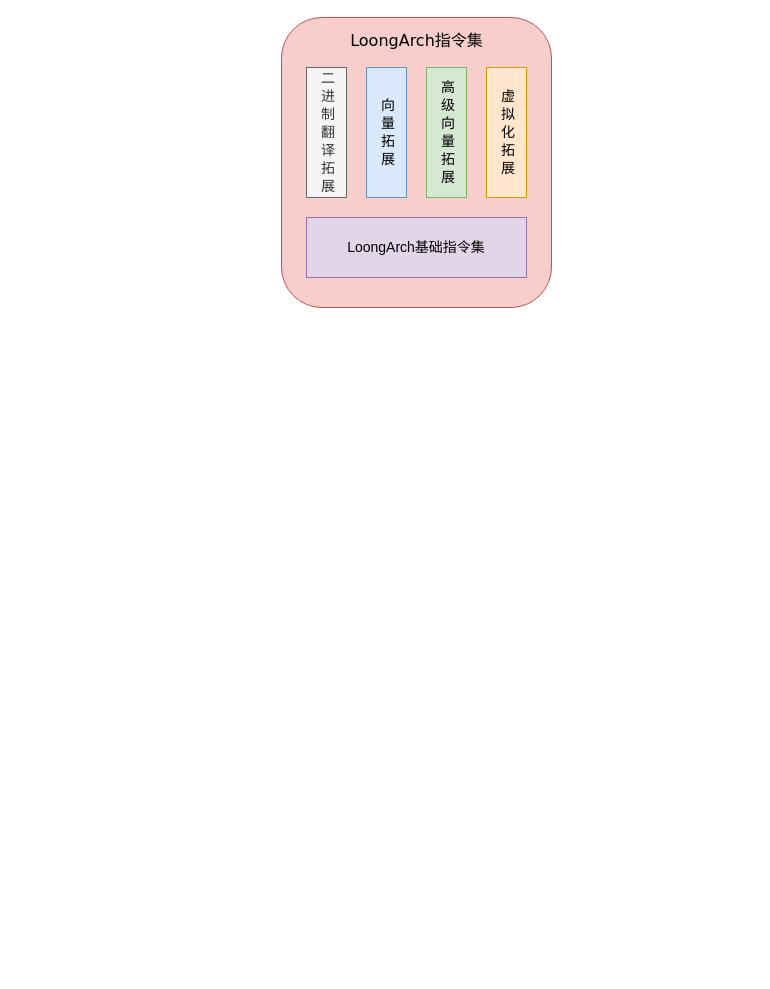
Above: LoongArch.drawio in f123888/Draw.IO (draw.io), before the change. Source tidied: cells renumbered, new cells numbered last; positions are measured from the earlier drawing's top-left corner, leaving out a move shared by most shapes. Both pictures are drawn from the tidied source at 100%, with x=0, y=0 at pixel (281, 17).
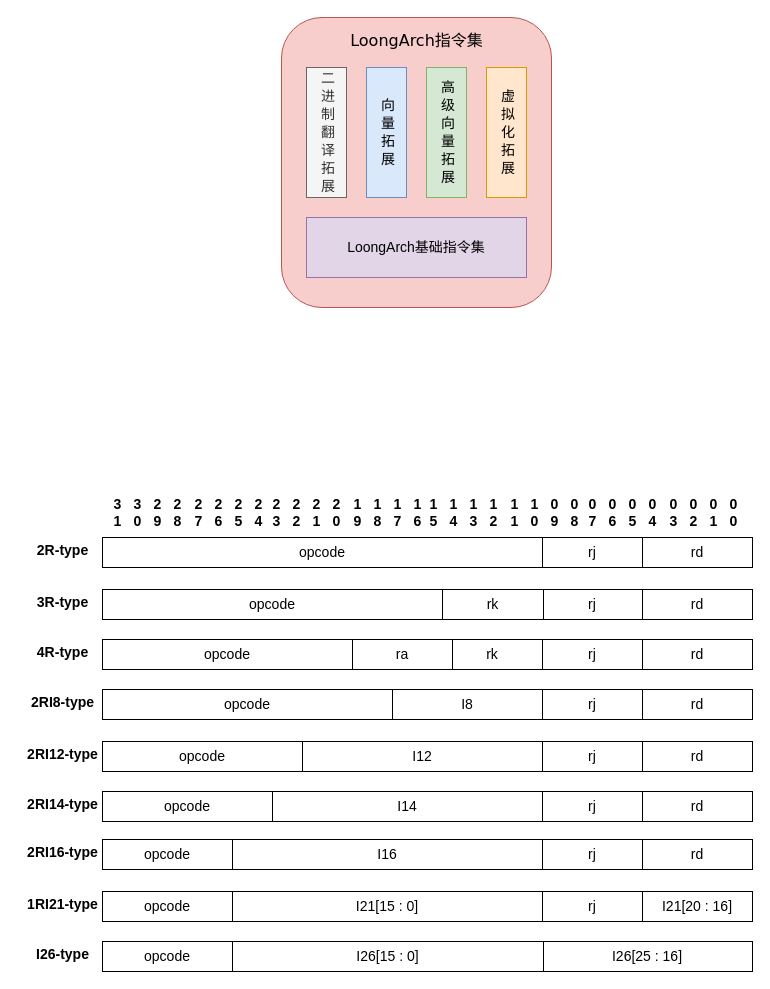
After the change.

The edit, as a diff of the source:
```diff
@@
+    <mxCell id="9" value="0&lt;div&gt;0&lt;/div&gt;" style="text;html=1;align=center;verticalAlign=middle;strokeColor=none;fillColor=none;fontStyle=1;fontSize=14;" parent="1" vertex="1">
+      <mxGeometry x="437" y="470" width="30" height="50" as="geometry" />
+    </mxCell>
+    <mxCell id="10" value="0&lt;div&gt;1&lt;/div&gt;" style="text;html=1;align=center;verticalAlign=middle;strokeColor=none;fillColor=none;fontStyle=1;fontSize=14;" parent="1" vertex="1">
+      <mxGeometry x="417" y="470" width="30" height="50" as="geometry" />
+    </mxCell>
+    <mxCell id="11" value="0&lt;div&gt;2&lt;/div&gt;" style="text;html=1;align=center;verticalAlign=middle;strokeColor=none;fillColor=none;fontStyle=1;fontSize=14;" parent="1" vertex="1">
+      <mxGeometry x="397" y="470" width="30" height="50" as="geometry" />
+    </mxCell>
+    <mxCell id="12" value="0&lt;div&gt;3&lt;/div&gt;" style="text;html=1;align=center;verticalAlign=middle;strokeColor=none;fillColor=none;fontStyle=1;fontSize=14;" parent="1" vertex="1">
+      <mxGeometry x="377" y="470" width="30" height="50" as="geometry" />
+    </mxCell>
+    <mxCell id="13" value="0&lt;div&gt;4&lt;/div&gt;" style="text;html=1;align=center;verticalAlign=middle;strokeColor=none;fillColor=none;fontStyle=1;fontSize=14;" parent="1" vertex="1">
+      <mxGeometry x="356" y="470" width="30" height="50" as="geometry" />
+    </mxCell>
+    <mxCell id="14" value="0&lt;div&gt;5&lt;/div&gt;" style="text;html=1;align=center;verticalAlign=middle;strokeColor=none;fillColor=none;fontStyle=1;fontSize=14;" parent="1" vertex="1">
+      <mxGeometry x="336" y="470" width="30" height="50" as="geometry" />
+    </mxCell>
+    <mxCell id="15" value="0&lt;div&gt;6&lt;/div&gt;" style="text;html=1;align=center;verticalAlign=middle;strokeColor=none;fillColor=none;fontStyle=1;fontSize=14;" parent="1" vertex="1">
+      <mxGeometry x="316" y="470" width="30" height="50" as="geometry" />
+    </mxCell>
+    <mxCell id="16" value="0&lt;div&gt;7&lt;/div&gt;" style="text;html=1;align=center;verticalAlign=middle;strokeColor=none;fillColor=none;fontStyle=1;fontSize=14;" parent="1" vertex="1">
+      <mxGeometry x="296" y="470" width="30" height="50" as="geometry" />
+    </mxCell>
+    <mxCell id="17" value="0&lt;div&gt;8&lt;/div&gt;" style="text;html=1;align=center;verticalAlign=middle;strokeColor=none;fillColor=none;fontStyle=1;fontSize=14;" parent="1" vertex="1">
+      <mxGeometry x="278" y="470" width="30" height="50" as="geometry" />
+    </mxCell>
+    <mxCell id="18" value="0&lt;div&gt;9&lt;/div&gt;" style="text;html=1;align=center;verticalAlign=middle;strokeColor=none;fillColor=none;fontStyle=1;fontSize=14;" parent="1" vertex="1">
+      <mxGeometry x="258" y="470" width="30" height="50" as="geometry" />
+    </mxCell>
+    <mxCell id="19" value="1&lt;br&gt;&lt;div&gt;0&lt;/div&gt;" style="text;html=1;align=center;verticalAlign=middle;strokeColor=none;fillColor=none;fontStyle=1;fontSize=14;" parent="1" vertex="1">
+      <mxGeometry x="238" y="470" width="30" height="50" as="geometry" />
+    </mxCell>
+    <mxCell id="20" value="1&lt;br&gt;&lt;div&gt;1&lt;/div&gt;" style="text;html=1;align=center;verticalAlign=middle;strokeColor=none;fillColor=none;fontStyle=1;fontSize=14;" parent="1" vertex="1">
+      <mxGeometry x="218" y="470" width="30" height="50" as="geometry" />
+    </mxCell>
+    <mxCell id="21" value="1&lt;br&gt;&lt;div&gt;2&lt;/div&gt;" style="text;html=1;align=center;verticalAlign=middle;strokeColor=none;fillColor=none;fontStyle=1;fontSize=14;" parent="1" vertex="1">
+      <mxGeometry x="197" y="470" width="30" height="50" as="geometry" />
+    </mxCell>
+    <mxCell id="22" value="1&lt;br&gt;&lt;div&gt;3&lt;/div&gt;" style="text;html=1;align=center;verticalAlign=middle;strokeColor=none;fillColor=none;fontStyle=1;fontSize=14;" parent="1" vertex="1">
+      <mxGeometry x="177" y="470" width="30" height="50" as="geometry" />
+    </mxCell>
+    <mxCell id="23" value="1&lt;br&gt;&lt;div&gt;4&lt;/div&gt;" style="text;html=1;align=center;verticalAlign=middle;strokeColor=none;fillColor=none;fontStyle=1;fontSize=14;" parent="1" vertex="1">
+      <mxGeometry x="157" y="470" width="30" height="50" as="geometry" />
+    </mxCell>
+    <mxCell id="24" value="1&lt;br&gt;&lt;div&gt;5&lt;/div&gt;" style="text;html=1;align=center;verticalAlign=middle;strokeColor=none;fillColor=none;fontStyle=1;fontSize=14;" parent="1" vertex="1">
+      <mxGeometry x="137" y="470" width="30" height="50" as="geometry" />
+    </mxCell>
+    <mxCell id="25" value="1&lt;br&gt;&lt;div&gt;6&lt;/div&gt;" style="text;html=1;align=center;verticalAlign=middle;strokeColor=none;fillColor=none;fontStyle=1;fontSize=14;" parent="1" vertex="1">
+      <mxGeometry x="121" y="470" width="30" height="50" as="geometry" />
+    </mxCell>
+    <mxCell id="26" value="1&lt;br&gt;&lt;div&gt;7&lt;/div&gt;" style="text;html=1;align=center;verticalAlign=middle;strokeColor=none;fillColor=none;fontStyle=1;fontSize=14;" parent="1" vertex="1">
+      <mxGeometry x="101" y="470" width="30" height="50" as="geometry" />
+    </mxCell>
+    <mxCell id="27" value="1&lt;br&gt;&lt;div&gt;8&lt;/div&gt;" style="text;html=1;align=center;verticalAlign=middle;strokeColor=none;fillColor=none;fontStyle=1;fontSize=14;" parent="1" vertex="1">
+      <mxGeometry x="81" y="470" width="30" height="50" as="geometry" />
+    </mxCell>
+    <mxCell id="28" value="&lt;div&gt;1&lt;/div&gt;&lt;div&gt;9&lt;/div&gt;" style="text;html=1;align=center;verticalAlign=middle;strokeColor=none;fillColor=none;fontStyle=1;fontSize=14;" parent="1" vertex="1">
+      <mxGeometry x="61" y="470" width="30" height="50" as="geometry" />
+    </mxCell>
+    <mxCell id="29" value="2&lt;br&gt;&lt;div&gt;0&lt;/div&gt;" style="text;html=1;align=center;verticalAlign=middle;strokeColor=none;fillColor=none;fontStyle=1;fontSize=14;" parent="1" vertex="1">
+      <mxGeometry x="40" y="470" width="30" height="50" as="geometry" />
+    </mxCell>
+    <mxCell id="30" value="2&lt;br&gt;&lt;div&gt;1&lt;/div&gt;" style="text;html=1;align=center;verticalAlign=middle;strokeColor=none;fillColor=none;fontStyle=1;fontSize=14;" parent="1" vertex="1">
+      <mxGeometry x="20" y="470" width="30" height="50" as="geometry" />
+    </mxCell>
+    <mxCell id="31" value="&lt;div&gt;2&lt;/div&gt;&lt;div&gt;2&lt;/div&gt;" style="text;html=1;align=center;verticalAlign=middle;strokeColor=none;fillColor=none;fontStyle=1;fontSize=14;" parent="1" vertex="1">
+      <mxGeometry y="470" width="30" height="50" as="geometry" />
+    </mxCell>
+    <mxCell id="32" value="2&lt;br&gt;&lt;div&gt;3&lt;/div&gt;" style="text;html=1;align=center;verticalAlign=middle;strokeColor=none;fillColor=none;fontStyle=1;fontSize=14;" parent="1" vertex="1">
+      <mxGeometry x="-20" y="470" width="30" height="50" as="geometry" />
+    </mxCell>
+    <mxCell id="33" value="2&lt;br&gt;&lt;div&gt;4&lt;/div&gt;" style="text;html=1;align=center;verticalAlign=middle;strokeColor=none;fillColor=none;fontStyle=1;fontSize=14;" parent="1" vertex="1">
+      <mxGeometry x="-38" y="470" width="30" height="50" as="geometry" />
+    </mxCell>
+    <mxCell id="34" value="2&lt;br&gt;&lt;div&gt;5&lt;/div&gt;" style="text;html=1;align=center;verticalAlign=middle;strokeColor=none;fillColor=none;fontStyle=1;fontSize=14;" parent="1" vertex="1">
+      <mxGeometry x="-58" y="470" width="30" height="50" as="geometry" />
+    </mxCell>
+    <mxCell id="35" value="&lt;div&gt;2&lt;/div&gt;&lt;div&gt;6&lt;/div&gt;" style="text;html=1;align=center;verticalAlign=middle;strokeColor=none;fillColor=none;fontStyle=1;fontSize=14;" parent="1" vertex="1">
+      <mxGeometry x="-78" y="470" width="30" height="50" as="geometry" />
+    </mxCell>
+    <mxCell id="36" value="2&lt;br&gt;&lt;div&gt;7&lt;/div&gt;" style="text;html=1;align=center;verticalAlign=middle;strokeColor=none;fillColor=none;fontStyle=1;fontSize=14;" parent="1" vertex="1">
+      <mxGeometry x="-98" y="470" width="30" height="50" as="geometry" />
+    </mxCell>
+    <mxCell id="37" value="&lt;div&gt;2&lt;/div&gt;&lt;div&gt;8&lt;/div&gt;" style="text;html=1;align=center;verticalAlign=middle;strokeColor=none;fillColor=none;fontStyle=1;fontSize=14;" parent="1" vertex="1">
+      <mxGeometry x="-119" y="470" width="30" height="50" as="geometry" />
+    </mxCell>
+    <mxCell id="38" value="&lt;div&gt;2&lt;/div&gt;&lt;div&gt;9&lt;/div&gt;" style="text;html=1;align=center;verticalAlign=middle;strokeColor=none;fillColor=none;fontStyle=1;fontSize=14;" parent="1" vertex="1">
+      <mxGeometry x="-139" y="470" width="30" height="50" as="geometry" />
+    </mxCell>
+    <mxCell id="39" value="3&lt;br&gt;&lt;div&gt;0&lt;/div&gt;" style="text;html=1;align=center;verticalAlign=middle;strokeColor=none;fillColor=none;fontStyle=1;fontSize=14;" parent="1" vertex="1">
+      <mxGeometry x="-159" y="470" width="30" height="50" as="geometry" />
+    </mxCell>
+    <mxCell id="40" value="3&lt;br&gt;&lt;div&gt;1&lt;/div&gt;" style="text;html=1;align=center;verticalAlign=middle;strokeColor=none;fillColor=none;fontStyle=1;fontSize=14;" parent="1" vertex="1">
+      <mxGeometry x="-179" y="470" width="30" height="50" as="geometry" />
+    </mxCell>
+    <mxCell id="41" style="rounded=0;whiteSpace=wrap;html=1;" parent="1" vertex="1">
+      <mxGeometry x="-179" y="520" width="650" height="30" as="geometry" />
+    </mxCell>
+    <mxCell id="42" value="&lt;b&gt;&lt;font style=&quot;font-size: 14px;&quot;&gt;2R-type&lt;/font&gt;&lt;/b&gt;" style="text;html=1;align=center;verticalAlign=middle;strokeColor=none;fillColor=none;" parent="1" vertex="1">
+      <mxGeometry x="-254" y="518" width="70" height="30" as="geometry" />
+    </mxCell>
+    <mxCell id="43" style="rounded=0;whiteSpace=wrap;html=1;" parent="1" vertex="1">
+      <mxGeometry x="-179" y="572" width="650" height="30" as="geometry" />
+    </mxCell>
+    <mxCell id="44" value="&lt;b&gt;&lt;font style=&quot;font-size: 14px;&quot;&gt;3R-type&lt;/font&gt;&lt;/b&gt;" style="text;html=1;align=center;verticalAlign=middle;strokeColor=none;fillColor=none;" parent="1" vertex="1">
+      <mxGeometry x="-254" y="570" width="70" height="30" as="geometry" />
+    </mxCell>
+    <mxCell id="45" style="rounded=0;whiteSpace=wrap;html=1;" parent="1" vertex="1">
+      <mxGeometry x="-179" y="622" width="650" height="30" as="geometry" />
+    </mxCell>
+    <mxCell id="46" value="&lt;b&gt;&lt;font style=&quot;font-size: 14px;&quot;&gt;4R-type&lt;/font&gt;&lt;/b&gt;" style="text;html=1;align=center;verticalAlign=middle;strokeColor=none;fillColor=none;" parent="1" vertex="1">
+      <mxGeometry x="-254" y="620" width="70" height="30" as="geometry" />
+    </mxCell>
+    <mxCell id="47" style="rounded=0;whiteSpace=wrap;html=1;" parent="1" vertex="1">
+      <mxGeometry x="-179" y="672" width="650" height="30" as="geometry" />
+    </mxCell>
+    <mxCell id="48" value="&lt;b&gt;&lt;font style=&quot;font-size: 14px;&quot;&gt;2RI8-type&lt;/font&gt;&lt;/b&gt;" style="text;html=1;align=center;verticalAlign=middle;strokeColor=none;fillColor=none;" parent="1" vertex="1">
+      <mxGeometry x="-264" y="670" width="90" height="30" as="geometry" />
+    </mxCell>
+    <mxCell id="49" style="rounded=0;whiteSpace=wrap;html=1;" parent="1" vertex="1">
+      <mxGeometry x="-179" y="724" width="650" height="30" as="geometry" />
+    </mxCell>
+    <mxCell id="50" value="&lt;b&gt;&lt;font style=&quot;font-size: 14px;&quot;&gt;2RI12-type&lt;/font&gt;&lt;/b&gt;" style="text;html=1;align=center;verticalAlign=middle;strokeColor=none;fillColor=none;" parent="1" vertex="1">
+      <mxGeometry x="-264" y="722" width="90" height="30" as="geometry" />
+    </mxCell>
+    <mxCell id="51" style="rounded=0;whiteSpace=wrap;html=1;" parent="1" vertex="1">
+      <mxGeometry x="-179" y="774" width="650" height="30" as="geometry" />
+    </mxCell>
+    <mxCell id="52" value="&lt;b&gt;&lt;font style=&quot;font-size: 14px;&quot;&gt;2RI14-type&lt;/font&gt;&lt;/b&gt;" style="text;html=1;align=center;verticalAlign=middle;strokeColor=none;fillColor=none;" parent="1" vertex="1">
+      <mxGeometry x="-264" y="772" width="90" height="30" as="geometry" />
+    </mxCell>
+    <mxCell id="53" style="rounded=0;whiteSpace=wrap;html=1;" parent="1" vertex="1">
+      <mxGeometry x="-179" y="822" width="650" height="30" as="geometry" />
+    </mxCell>
+    <mxCell id="54" value="&lt;b&gt;&lt;font style=&quot;font-size: 14px;&quot;&gt;2RI16-type&lt;/font&gt;&lt;/b&gt;" style="text;html=1;align=center;verticalAlign=middle;strokeColor=none;fillColor=none;" parent="1" vertex="1">
+      <mxGeometry x="-264" y="820" width="90" height="30" as="geometry" />
+    </mxCell>
+    <mxCell id="55" style="rounded=0;whiteSpace=wrap;html=1;" parent="1" vertex="1">
+      <mxGeometry x="-179" y="874" width="650" height="30" as="geometry" />
+    </mxCell>
+    <mxCell id="56" value="&lt;b&gt;&lt;font style=&quot;font-size: 14px;&quot;&gt;1RI21-type&lt;/font&gt;&lt;/b&gt;" style="text;html=1;align=center;verticalAlign=middle;strokeColor=none;fillColor=none;" parent="1" vertex="1">
+      <mxGeometry x="-264" y="872" width="90" height="30" as="geometry" />
+    </mxCell>
+    <mxCell id="57" style="rounded=0;whiteSpace=wrap;html=1;" parent="1" vertex="1">
+      <mxGeometry x="-179" y="924" width="650" height="30" as="geometry" />
+    </mxCell>
+    <mxCell id="58" value="&lt;b&gt;&lt;font style=&quot;font-size: 14px;&quot;&gt;I26-type&lt;/font&gt;&lt;/b&gt;" style="text;html=1;align=center;verticalAlign=middle;strokeColor=none;fillColor=none;" parent="1" vertex="1">
+      <mxGeometry x="-259" y="922" width="80" height="30" as="geometry" />
+    </mxCell>
+    <mxCell id="59" value="&lt;font style=&quot;font-size: 14px;&quot;&gt;opcode&lt;/font&gt;" style="rounded=0;whiteSpace=wrap;html=1;" parent="1" vertex="1">
+      <mxGeometry x="-179" y="520" width="440" height="30" as="geometry" />
+    </mxCell>
+    <mxCell id="60" value="&lt;font style=&quot;font-size: 14px;&quot;&gt;rd&lt;/font&gt;" style="rounded=0;whiteSpace=wrap;html=1;" parent="1" vertex="1">
+      <mxGeometry x="361" y="520" width="110" height="30" as="geometry" />
+    </mxCell>
+    <mxCell id="61" value="&lt;font style=&quot;font-size: 14px;&quot;&gt;rd&lt;/font&gt;" style="rounded=0;whiteSpace=wrap;html=1;" parent="1" vertex="1">
+      <mxGeometry x="361" y="572" width="110" height="30" as="geometry" />
+    </mxCell>
+    <mxCell id="62" value="&lt;font style=&quot;font-size: 14px;&quot;&gt;rd&lt;/font&gt;" style="rounded=0;whiteSpace=wrap;html=1;" parent="1" vertex="1">
+      <mxGeometry x="361" y="622" width="110" height="30" as="geometry" />
+    </mxCell>
+    <mxCell id="63" value="&lt;font style=&quot;font-size: 14px;&quot;&gt;rd&lt;/font&gt;" style="rounded=0;whiteSpace=wrap;html=1;" parent="1" vertex="1">
+      <mxGeometry x="361" y="672" width="110" height="30" as="geometry" />
+    </mxCell>
+    <mxCell id="64" value="&lt;font style=&quot;font-size: 14px;&quot;&gt;rd&lt;/font&gt;" style="rounded=0;whiteSpace=wrap;html=1;" parent="1" vertex="1">
+      <mxGeometry x="361" y="724" width="110" height="30" as="geometry" />
+    </mxCell>
+    <mxCell id="65" value="&lt;font style=&quot;font-size: 14px;&quot;&gt;rd&lt;/font&gt;" style="rounded=0;whiteSpace=wrap;html=1;" parent="1" vertex="1">
+      <mxGeometry x="361" y="774" width="110" height="30" as="geometry" />
+    </mxCell>
+    <mxCell id="66" value="&lt;font style=&quot;font-size: 14px;&quot;&gt;rd&lt;/font&gt;" style="rounded=0;whiteSpace=wrap;html=1;" parent="1" vertex="1">
+      <mxGeometry x="361" y="822" width="110" height="30" as="geometry" />
+    </mxCell>
+    <mxCell id="67" value="&lt;span style=&quot;font-size: 14px;&quot;&gt;I21[20 : 16]&lt;/span&gt;" style="rounded=0;whiteSpace=wrap;html=1;" parent="1" vertex="1">
+      <mxGeometry x="361" y="874" width="110" height="30" as="geometry" />
+    </mxCell>
+    <mxCell id="68" value="&lt;font style=&quot;font-size: 14px;&quot;&gt;rj&lt;/font&gt;" style="rounded=0;whiteSpace=wrap;html=1;" parent="1" vertex="1">
+      <mxGeometry x="261" y="520" width="100" height="30" as="geometry" />
+    </mxCell>
+    <mxCell id="69" value="&lt;font style=&quot;font-size: 14px;&quot;&gt;rj&lt;/font&gt;" style="rounded=0;whiteSpace=wrap;html=1;" parent="1" vertex="1">
+      <mxGeometry x="261" y="572" width="100" height="30" as="geometry" />
+    </mxCell>
+    <mxCell id="70" value="&lt;font style=&quot;font-size: 14px;&quot;&gt;rj&lt;/font&gt;" style="rounded=0;whiteSpace=wrap;html=1;" parent="1" vertex="1">
+      <mxGeometry x="261" y="622" width="100" height="30" as="geometry" />
+    </mxCell>
+    <mxCell id="71" value="&lt;font style=&quot;font-size: 14px;&quot;&gt;rj&lt;/font&gt;" style="rounded=0;whiteSpace=wrap;html=1;" parent="1" vertex="1">
+      <mxGeometry x="261" y="672" width="100" height="30" as="geometry" />
+    </mxCell>
+    <mxCell id="72" value="&lt;font style=&quot;font-size: 14px;&quot;&gt;rj&lt;/font&gt;" style="rounded=0;whiteSpace=wrap;html=1;" parent="1" vertex="1">
+      <mxGeometry x="261" y="724" width="100" height="30" as="geometry" />
+    </mxCell>
+    <mxCell id="73" value="&lt;font style=&quot;font-size: 14px;&quot;&gt;rj&lt;/font&gt;" style="rounded=0;whiteSpace=wrap;html=1;" parent="1" vertex="1">
+      <mxGeometry x="261" y="774" width="100" height="30" as="geometry" />
+    </mxCell>
+    <mxCell id="74" value="&lt;font style=&quot;font-size: 14px;&quot;&gt;rj&lt;/font&gt;" style="rounded=0;whiteSpace=wrap;html=1;" parent="1" vertex="1">
+      <mxGeometry x="261" y="822" width="100" height="30" as="geometry" />
+    </mxCell>
+    <mxCell id="75" value="&lt;font style=&quot;font-size: 14px;&quot;&gt;rj&lt;/font&gt;" style="rounded=0;whiteSpace=wrap;html=1;" parent="1" vertex="1">
+      <mxGeometry x="261" y="874" width="100" height="30" as="geometry" />
+    </mxCell>
+    <mxCell id="76" value="&lt;span style=&quot;font-size: 14px;&quot;&gt;I26[25 : 16]&lt;/span&gt;" style="rounded=0;whiteSpace=wrap;html=1;" parent="1" vertex="1">
+      <mxGeometry x="261" y="924" width="210" height="30" as="geometry" />
+    </mxCell>
+    <mxCell id="77" value="&lt;font style=&quot;font-size: 14px;&quot;&gt;opcode&lt;/font&gt;" style="rounded=0;whiteSpace=wrap;html=1;" parent="1" vertex="1">
+      <mxGeometry x="-179" y="572" width="340" height="30" as="geometry" />
+    </mxCell>
+    <mxCell id="78" value="&lt;font style=&quot;font-size: 14px;&quot;&gt;opcode&lt;/font&gt;" style="rounded=0;whiteSpace=wrap;html=1;" parent="1" vertex="1">
+      <mxGeometry x="-179" y="622" width="250" height="30" as="geometry" />
+    </mxCell>
+    <mxCell id="79" value="&lt;font style=&quot;font-size: 14px;&quot;&gt;opcode&lt;/font&gt;" style="rounded=0;whiteSpace=wrap;html=1;" parent="1" vertex="1">
+      <mxGeometry x="-179" y="672" width="290" height="30" as="geometry" />
+    </mxCell>
+    <mxCell id="80" value="&lt;font style=&quot;font-size: 14px;&quot;&gt;opcode&lt;/font&gt;" style="rounded=0;whiteSpace=wrap;html=1;" parent="1" vertex="1">
+      <mxGeometry x="-179" y="724" width="200" height="30" as="geometry" />
+    </mxCell>
+    <mxCell id="81" value="&lt;font style=&quot;font-size: 14px;&quot;&gt;opcode&lt;/font&gt;" style="rounded=0;whiteSpace=wrap;html=1;" parent="1" vertex="1">
+      <mxGeometry x="-179" y="774" width="170" height="30" as="geometry" />
+    </mxCell>
+    <mxCell id="82" value="&lt;font style=&quot;font-size: 14px;&quot;&gt;opcode&lt;/font&gt;" style="rounded=0;whiteSpace=wrap;html=1;" parent="1" vertex="1">
+      <mxGeometry x="-179" y="822" width="130" height="30" as="geometry" />
+    </mxCell>
+    <mxCell id="83" value="&lt;font style=&quot;font-size: 14px;&quot;&gt;opcode&lt;/font&gt;" style="rounded=0;whiteSpace=wrap;html=1;" parent="1" vertex="1">
+      <mxGeometry x="-179" y="874" width="130" height="30" as="geometry" />
+    </mxCell>
+    <mxCell id="84" value="&lt;font style=&quot;font-size: 14px;&quot;&gt;opcode&lt;/font&gt;" style="rounded=0;whiteSpace=wrap;html=1;" parent="1" vertex="1">
+      <mxGeometry x="-179" y="924" width="130" height="30" as="geometry" />
+    </mxCell>
+    <mxCell id="85" value="&lt;font style=&quot;font-size: 14px;&quot;&gt;rk&lt;/font&gt;" style="rounded=0;whiteSpace=wrap;html=1;" parent="1" vertex="1">
+      <mxGeometry x="161" y="572" width="101" height="30" as="geometry" />
+    </mxCell>
+    <mxCell id="86" value="&lt;font style=&quot;font-size: 14px;&quot;&gt;rk&lt;/font&gt;" style="rounded=0;whiteSpace=wrap;html=1;" parent="1" vertex="1">
+      <mxGeometry x="161" y="622" width="100" height="30" as="geometry" />
+    </mxCell>
+    <mxCell id="87" value="&lt;font style=&quot;font-size: 14px;&quot;&gt;ra&lt;/font&gt;" style="rounded=0;whiteSpace=wrap;html=1;" parent="1" vertex="1">
+      <mxGeometry x="71" y="622" width="100" height="30" as="geometry" />
+    </mxCell>
+    <mxCell id="88" value="&lt;font style=&quot;font-size: 14px;&quot;&gt;I8&lt;/font&gt;" style="rounded=0;whiteSpace=wrap;html=1;" parent="1" vertex="1">
+      <mxGeometry x="111" y="672" width="150" height="30" as="geometry" />
+    </mxCell>
+    <mxCell id="89" value="&lt;font style=&quot;font-size: 14px;&quot;&gt;I12&lt;/font&gt;" style="rounded=0;whiteSpace=wrap;html=1;" parent="1" vertex="1">
+      <mxGeometry x="21" y="724" width="240" height="30" as="geometry" />
+    </mxCell>
+    <mxCell id="90" value="&lt;font style=&quot;font-size: 14px;&quot;&gt;I14&lt;/font&gt;" style="rounded=0;whiteSpace=wrap;html=1;" parent="1" vertex="1">
+      <mxGeometry x="-9" y="774" width="270" height="30" as="geometry" />
+    </mxCell>
+    <mxCell id="91" value="&lt;font style=&quot;font-size: 14px;&quot;&gt;I16&lt;/font&gt;" style="rounded=0;whiteSpace=wrap;html=1;" parent="1" vertex="1">
+      <mxGeometry x="-49" y="822" width="310" height="30" as="geometry" />
+    </mxCell>
+    <mxCell id="92" value="&lt;span style=&quot;font-size: 14px;&quot;&gt;I21[15 : 0]&lt;/span&gt;" style="rounded=0;whiteSpace=wrap;html=1;" parent="1" vertex="1">
+      <mxGeometry x="-49" y="874" width="310" height="30" as="geometry" />
+    </mxCell>
+    <mxCell id="93" value="&lt;span style=&quot;font-size: 14px;&quot;&gt;I26[15 : 0]&lt;/span&gt;" style="rounded=0;whiteSpace=wrap;html=1;" parent="1" vertex="1">
+      <mxGeometry x="-49" y="924" width="311" height="30" as="geometry" />
+    </mxCell>
```
